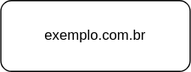
Earlier version of the draw.io export statics/imgs/diagram-00.svg (pegandoasmanhas/pam). Source tidied: cells renumbered, new cells last; positions are measured from the earlier drawing's top-left corner, leaving out a move shared by most shapes.
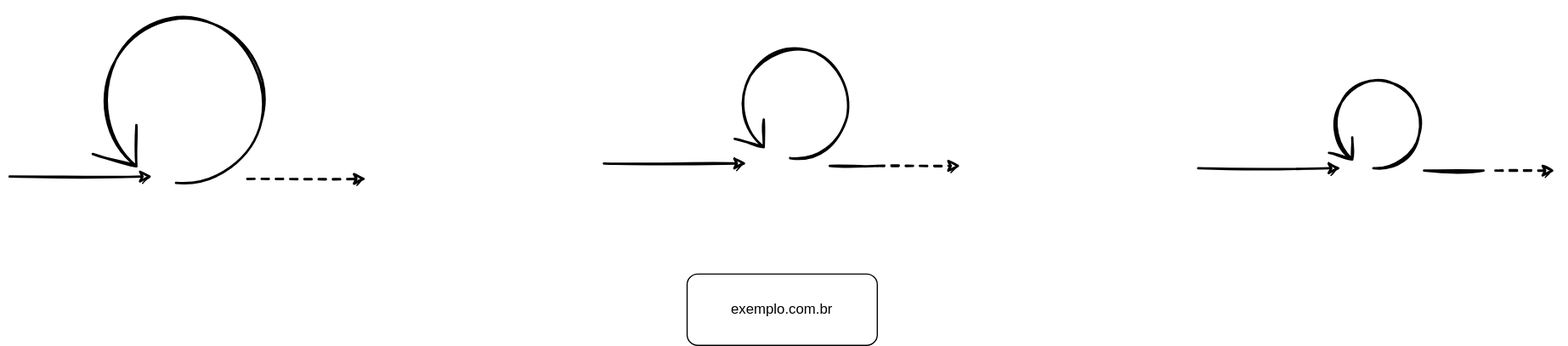
Above is the later version.

What changed in the source:
```diff
@@ -7,5 +7,71 @@
         <mxGeometry width="160" height="60" as="geometry" />
       </mxCell>
     </object>
+    <mxCell id="3" style="group;" parent="1" vertex="1">
+      <mxGeometry x="-570" y="-230" width="300" height="150" as="geometry" />
+    </mxCell>
+    <mxCell id="4" style="endArrow=classic;html=1;fontColor=#000000;strokeWidth=2;sketch=1;" parent="3" edge="1">
+      <mxGeometry y="11" as="geometry">
+        <mxPoint y="148" as="sourcePoint" />
+        <mxPoint x="120" y="148" as="targetPoint" />
+      </mxGeometry>
+    </mxCell>
+    <mxCell id="5" style="endArrow=classic;html=1;fontColor=#000000;strokeWidth=2;sketch=1;dashed=1;" parent="3" edge="1">
+      <mxGeometry y="15" as="geometry">
+        <mxPoint x="200" y="150" as="sourcePoint" />
+        <mxPoint x="300" y="150" as="targetPoint" />
+      </mxGeometry>
+    </mxCell>
+    <mxCell id="6" style="shape=mxgraph.bpmn.loop;html=1;fontColor=#000000;strokeWidth=2;fillColor=#00FFFF;rotation=0;sketch=1;shadow=0;" parent="3" vertex="1">
+      <mxGeometry x="70" y="7" width="150" height="150" as="geometry" />
+    </mxCell>
+    <mxCell id="7" style="group;" parent="1" vertex="1">
+      <mxGeometry x="-70" y="-191" width="300" height="100" as="geometry" />
+    </mxCell>
+    <mxCell id="8" style="endArrow=classic;html=1;fontColor=#000000;strokeWidth=2;sketch=1;" parent="7" edge="1">
+      <mxGeometry y="-39" as="geometry">
+        <mxPoint y="98" as="sourcePoint" />
+        <mxPoint x="120" y="98" as="targetPoint" />
+      </mxGeometry>
+    </mxCell>
+    <mxCell id="9" style="endArrow=classic;html=1;fontColor=#000000;strokeWidth=2;sketch=1;dashed=1;" parent="7" edge="1">
+      <mxGeometry y="-35" as="geometry">
+        <mxPoint x="230" y="100" as="sourcePoint" />
+        <mxPoint x="300" y="100" as="targetPoint" />
+      </mxGeometry>
+    </mxCell>
+    <mxCell id="10" style="shape=mxgraph.bpmn.loop;html=1;fontColor=#000000;strokeWidth=2;fillColor=#00FFFF;rotation=0;sketch=1;shadow=0;" parent="7" vertex="1">
+      <mxGeometry x="110" y="-4" width="100" height="100" as="geometry" />
+    </mxCell>
+    <mxCell id="11" style="endArrow=none;html=1;fontColor=#000000;strokeWidth=2;sketch=1;endFill=0;" parent="7" edge="1">
+      <mxGeometry x="-10" y="-35" as="geometry">
+        <mxPoint x="190" y="100" as="sourcePoint" />
+        <mxPoint x="230" y="100" as="targetPoint" />
+      </mxGeometry>
+    </mxCell>
+    <mxCell id="12" style="group;" parent="1" vertex="1">
+      <mxGeometry x="430" y="-167" width="300" height="80" as="geometry" />
+    </mxCell>
+    <mxCell id="13" style="endArrow=classic;html=1;fontColor=#000000;strokeWidth=2;sketch=1;" parent="12" edge="1">
+      <mxGeometry y="-59" as="geometry">
+        <mxPoint y="78" as="sourcePoint" />
+        <mxPoint x="120" y="78" as="targetPoint" />
+      </mxGeometry>
+    </mxCell>
+    <mxCell id="14" style="endArrow=classic;html=1;fontColor=#000000;strokeWidth=2;sketch=1;dashed=1;" parent="12" edge="1">
+      <mxGeometry y="-55" as="geometry">
+        <mxPoint x="250" y="80" as="sourcePoint" />
+        <mxPoint x="300" y="80" as="targetPoint" />
+      </mxGeometry>
+    </mxCell>
+    <mxCell id="15" style="shape=mxgraph.bpmn.loop;html=1;fontColor=#000000;strokeWidth=2;fillColor=#00FFFF;rotation=0;sketch=1;shadow=0;" parent="12" vertex="1">
+      <mxGeometry x="110" width="80" height="80" as="geometry" />
+    </mxCell>
+    <mxCell id="16" style="endArrow=none;html=1;fontColor=#000000;strokeWidth=2;sketch=1;endFill=0;" parent="12" edge="1">
+      <mxGeometry x="-10" y="-55" as="geometry">
+        <mxPoint x="190" y="80" as="sourcePoint" />
+        <mxPoint x="240" y="80" as="targetPoint" />
+      </mxGeometry>
+    </mxCell>
   </root>
 </mxGraphModel>
```
